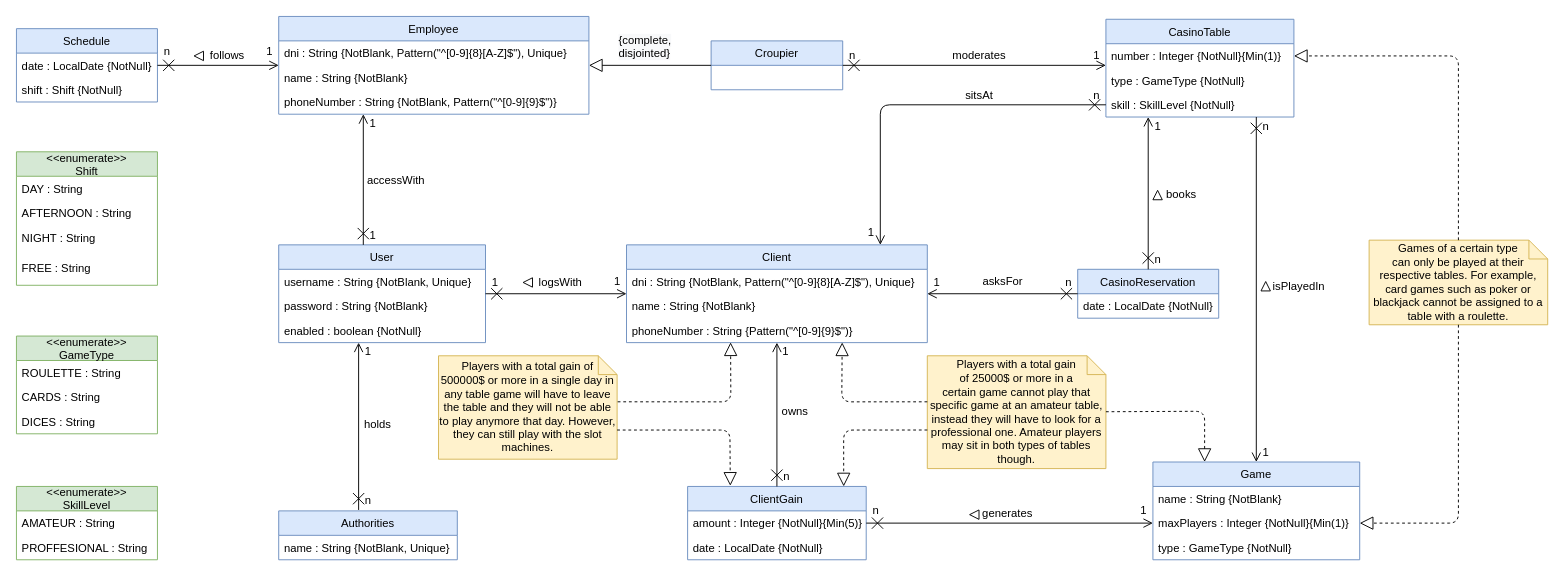
Before: page "V1-Casino" (1 of 3) of uml/Domain Model.drawio in gii-is-DP1/dp1-2020-g1-07, a draw.io diagram. Source tidied: cells renumbered, new cells numbered last; positions are measured from the earlier drawing's top-left corner, leaving out a move shared by most shapes. Both pictures are drawn from the tidied source at 94%, with x=0, y=0 at pixel (16, 16).
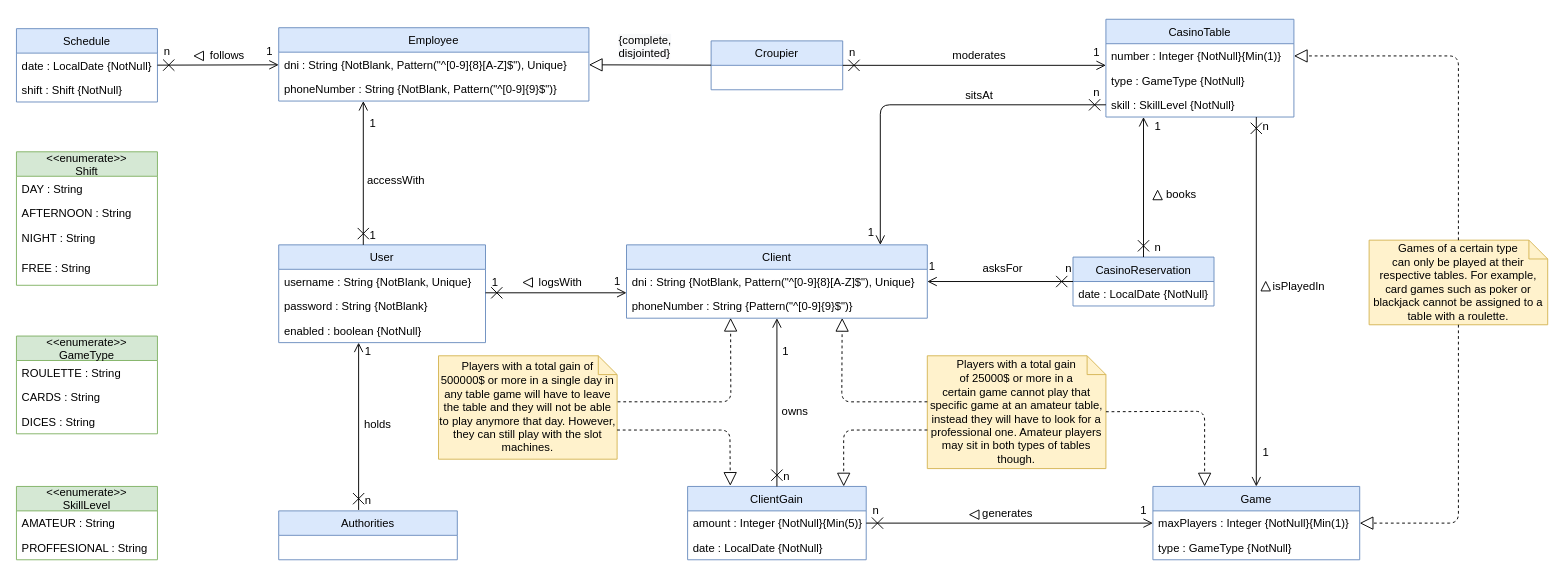
Above is the later version.

The change refers to these unchanged cells:
```xml
<mxCell id="71" value="Authorities" style="swimlane;fontStyle=0;horizontal=1;startSize=26;fillColor=#dae8fc;strokeColor=#6c8ebf;" parent="1" vertex="1">
  <mxGeometry x="279" y="526" width="190" height="52" as="geometry" />
</mxCell>
<mxCell id="73" value="User" style="swimlane;fontStyle=0;horizontal=1;startSize=26;fillColor=#dae8fc;strokeColor=#6c8ebf;" parent="1" vertex="1">
  <mxGeometry x="279" y="243" width="220" height="104" as="geometry" />
</mxCell>
```

What changed in the source:
```diff
@@
     <mxCell id="2" value="Employee" style="swimlane;fontStyle=0;horizontal=1;startSize=26;fillColor=#dae8fc;strokeColor=#6c8ebf;" parent="1" vertex="1">
-      <mxGeometry x="279" width="330" height="104" as="geometry" />
+      <mxGeometry x="279" y="12" width="330" height="78" as="geometry" />
     </mxCell>
@@
-    <mxCell id="4" value="name : String {NotBlank}" style="text;align=left;verticalAlign=top;spacingLeft=4;spacingRight=4;overflow=hidden;" parent="2" vertex="1">
-      <mxGeometry y="52" width="330" height="26" as="geometry" />
-    </mxCell>
     <mxCell id="5" value="phoneNumber : String {NotBlank, Pattern(&quot;^[0-9]{9}$&quot;)}" style="text;align=left;verticalAlign=top;spacingLeft=4;spacingRight=4;overflow=hidden;" parent="2" vertex="1">
-      <mxGeometry y="78" width="330" height="26" as="geometry" />
+      <mxGeometry y="52" width="330" height="26" as="geometry" />
     </mxCell>
@@
     <mxCell id="7" value="Game" style="swimlane;fontStyle=0;horizontal=1;startSize=26;fillColor=#dae8fc;strokeColor=#6c8ebf;" parent="1" vertex="1">
-      <mxGeometry x="1209" y="474" width="220" height="104" as="geometry" />
+      <mxGeometry x="1209" y="500" width="220" height="78" as="geometry" />
     </mxCell>
-    <mxCell id="8" value="name : String {NotBlank}" style="text;align=left;verticalAlign=top;spacingLeft=4;spacingRight=4;overflow=hidden;" parent="7" vertex="1">
-      <mxGeometry y="26" width="220" height="26" as="geometry" />
-    </mxCell>
     <mxCell id="9" value="maxPlayers : Integer {NotNull}{Min(1)}" style="text;align=left;verticalAlign=top;spacingLeft=4;spacingRight=4;overflow=hidden;points=[[0,0.5],[1,0.5]];portConstraint=eastwest;" parent="7" vertex="1">
-      <mxGeometry y="52" width="220" height="26" as="geometry" />
+      <mxGeometry y="26" width="220" height="26" as="geometry" />
     </mxCell>
     <mxCell id="10" value="type : GameType {NotNull}" style="text;align=left;verticalAlign=top;spacingLeft=4;spacingRight=4;overflow=hidden;" parent="7" vertex="1">
-      <mxGeometry y="78" width="220" height="26" as="geometry" />
+      <mxGeometry y="52" width="220" height="26" as="geometry" />
     </mxCell>
@@
     <mxCell id="26" value="n" style="text;html=1;align=center;verticalAlign=middle;" parent="1" vertex="1">
-      <mxGeometry x="1139" y="74" width="20" height="20" as="geometry" />
+      <mxGeometry x="1139" y="71" width="20" height="20" as="geometry" />
     </mxCell>
@@
     <mxCell id="35" value="Client" style="swimlane;fontStyle=0;horizontal=1;startSize=26;fillColor=#dae8fc;strokeColor=#6c8ebf;" parent="1" vertex="1">
-      <mxGeometry x="649" y="243" width="320" height="104" as="geometry" />
+      <mxGeometry x="649" y="243" width="320" height="78" as="geometry" />
     </mxCell>
@@
-    <mxCell id="37" value="name : String {NotBlank}" style="text;align=left;verticalAlign=top;spacingLeft=4;spacingRight=4;overflow=hidden;" parent="35" vertex="1">
-      <mxGeometry y="52" width="320" height="26" as="geometry" />
-    </mxCell>
     <mxCell id="38" value="phoneNumber : String {Pattern(&quot;^[0-9]{9}$&quot;)}" style="text;align=left;verticalAlign=top;spacingLeft=4;spacingRight=4;overflow=hidden;points=[[0,0.5],[1,0.5]];portConstraint=eastwest;" parent="35" vertex="1">
-      <mxGeometry y="78" width="320" height="26" as="geometry" />
+      <mxGeometry y="52" width="320" height="26" as="geometry" />
     </mxCell>
     <mxCell id="39" value="n" style="text;html=1;align=center;verticalAlign=middle;" parent="1" vertex="1">
-      <mxGeometry x="1109" y="273" width="20" height="20" as="geometry" />
+      <mxGeometry x="1109" y="258" width="20" height="20" as="geometry" />
     </mxCell>
@@
     <mxCell id="43" value="1" style="text;html=1;align=center;verticalAlign=middle;" parent="1" vertex="1">
-      <mxGeometry x="1139" y="32" width="20" height="20" as="geometry" />
+      <mxGeometry x="1139" y="29" width="20" height="20" as="geometry" />
     </mxCell>
@@
     <mxCell id="52" value="CasinoReservation" style="swimlane;fontStyle=0;horizontal=1;startSize=26;fillColor=#dae8fc;strokeColor=#6c8ebf;" parent="1" vertex="1">
-      <mxGeometry x="1129" y="269" width="150" height="52" as="geometry" />
+      <mxGeometry x="1124" y="256" width="150" height="52" as="geometry" />
     </mxCell>
@@
     <mxCell id="54" value="asksFor" style="text;html=1;align=center;verticalAlign=middle;" parent="1" vertex="1">
-      <mxGeometry x="1019" y="272" width="60" height="20" as="geometry" />
+      <mxGeometry x="1019" y="258" width="60" height="20" as="geometry" />
     </mxCell>
@@
     <mxCell id="56" value="n" style="text;html=1;align=center;verticalAlign=middle;" parent="1" vertex="1">
-      <mxGeometry x="1204" y="249" width="20" height="20" as="geometry" />
+      <mxGeometry x="1204" y="236" width="20" height="20" as="geometry" />
     </mxCell>
     <mxCell id="57" value="1" style="text;html=1;align=center;verticalAlign=middle;" parent="1" vertex="1">
-      <mxGeometry x="969" y="273" width="20" height="20" as="geometry" />
+      <mxGeometry x="964" y="256" width="20" height="20" as="geometry" />
     </mxCell>
@@
     <mxCell id="59" value="n" style="text;html=1;align=center;verticalAlign=middle;" parent="1" vertex="1">
-      <mxGeometry x="879" y="32" width="20" height="20" as="geometry" />
+      <mxGeometry x="879" y="29" width="20" height="20" as="geometry" />
     </mxCell>
@@
-    <mxCell id="72" value="name : String {NotBlank, Unique}" style="text;align=left;verticalAlign=top;spacingLeft=4;spacingRight=4;overflow=hidden;" parent="71" vertex="1">
-      <mxGeometry y="26" width="190" height="26" as="geometry" />
-    </mxCell>
@@
     <mxCell id="80" style="endArrow=open;html=1;endFill=0;endSize=8;startFill=0;startArrow=cross;startSize=10;" parent="1" edge="1" source="52">
       <mxGeometry relative="1" as="geometry">
-        <mxPoint x="1204" y="107" as="targetPoint" />
+        <mxPoint x="1199" y="107" as="targetPoint" />
       </mxGeometry>
     </mxCell>
@@
     <mxCell id="82" style="endArrow=open;html=1;endFill=0;endSize=8;startFill=0;startArrow=cross;startSize=10;" parent="1" edge="1">
       <mxGeometry relative="1" as="geometry">
         <mxPoint x="369" y="243" as="sourcePoint" />
-        <mxPoint x="369" y="104" as="targetPoint" />
+        <mxPoint x="369" y="90" as="targetPoint" />
       </mxGeometry>
     </mxCell>
-    <mxCell id="83" style="endArrow=open;html=1;endFill=0;endSize=8;startFill=0;startArrow=cross;startSize=10;" parent="1" edge="1" source="73" target="35">
-      <mxGeometry relative="1" as="geometry" />
+    <mxCell id="83" style="endArrow=open;html=1;endFill=0;endSize=8;startFill=0;startArrow=cross;startSize=10;" parent="1" edge="1">
+      <mxGeometry relative="1" as="geometry">
+        <mxPoint x="499" y="294" as="sourcePoint" />
+        <mxPoint x="649" y="294" as="targetPoint" />
+      </mxGeometry>
     </mxCell>
```
